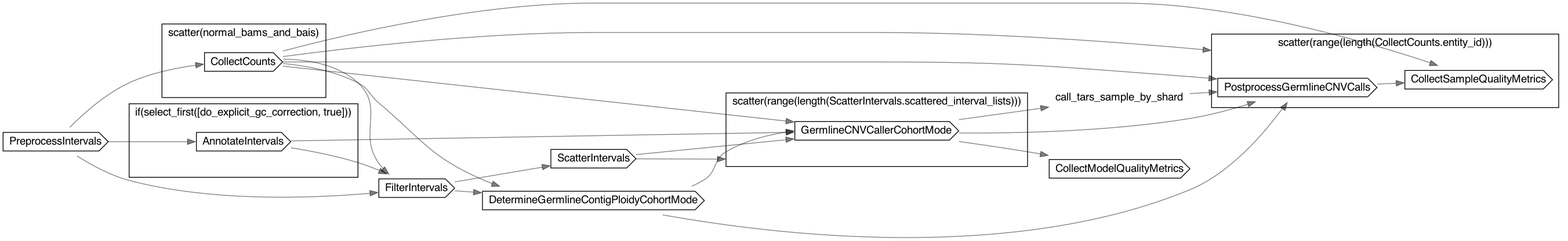
The Graphviz diagram dot/LRCNVs.dot.png in broadinstitute/long-read-pipelines, before a commit. Its source is kept beside it as dot/LRCNVs.dot.
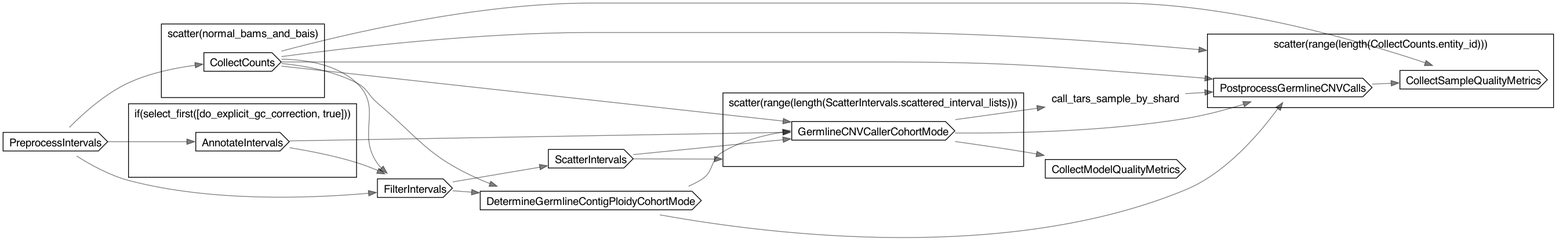
The same diagram one commit later.

What changed in the source:
```diff
@@ -31,24 +31,24 @@
 	"call-CollectModelQualityMetrics" [label=CollectModelQualityMetrics shape=cds]
 	"call-PreprocessIntervals" -> "call-AnnotateIntervals"
 	"call-PreprocessIntervals" -> "call-CollectCounts"
+	"call-PreprocessIntervals" -> "call-FilterIntervals"
 	"call-CollectCounts" -> "call-FilterIntervals"
-	"call-PreprocessIntervals" -> "call-FilterIntervals"
 	"call-AnnotateIntervals" -> "call-FilterIntervals"
+	"call-CollectCounts" -> "call-DetermineGermlineContigPloidyCohortMode"
 	"call-FilterIntervals" -> "call-DetermineGermlineContigPloidyCohortMode"
-	"call-CollectCounts" -> "call-DetermineGermlineContigPloidyCohortMode"
 	"call-FilterIntervals" -> "call-ScatterIntervals"
 	"call-ScatterIntervals" -> "scatter-L279C5-scatter_index" [lhead="cluster-scatter-L279C5-scatter_index"]
 	"call-DetermineGermlineContigPloidyCohortMode" -> "call-GermlineCNVCallerCohortMode"
 	"call-CollectCounts" -> "call-GermlineCNVCallerCohortMode"
+	"call-AnnotateIntervals" -> "call-GermlineCNVCallerCohortMode"
 	"call-ScatterIntervals" -> "call-GermlineCNVCallerCohortMode"
-	"call-AnnotateIntervals" -> "call-GermlineCNVCallerCohortMode"
 	"call-GermlineCNVCallerCohortMode" -> "decl-call_tars_sample_by_shard"
 	"call-CollectCounts" -> "scatter-L335C5-sample_index" [lhead="cluster-scatter-L335C5-sample_index"]
+	"call-CollectCounts" -> "call-PostprocessGermlineCNVCalls"
+	"call-GermlineCNVCallerCohortMode" -> "call-PostprocessGermlineCNVCalls"
 	"call-DetermineGermlineContigPloidyCohortMode" -> "call-PostprocessGermlineCNVCalls"
 	"decl-call_tars_sample_by_shard" -> "call-PostprocessGermlineCNVCalls"
-	"call-GermlineCNVCallerCohortMode" -> "call-PostprocessGermlineCNVCalls"
-	"call-CollectCounts" -> "call-PostprocessGermlineCNVCalls"
+	"call-CollectCounts" -> "call-CollectSampleQualityMetrics"
 	"call-PostprocessGermlineCNVCalls" -> "call-CollectSampleQualityMetrics"
-	"call-CollectCounts" -> "call-CollectSampleQualityMetrics"
 	"call-GermlineCNVCallerCohortMode" -> "call-CollectModelQualityMetrics"
 }
```
